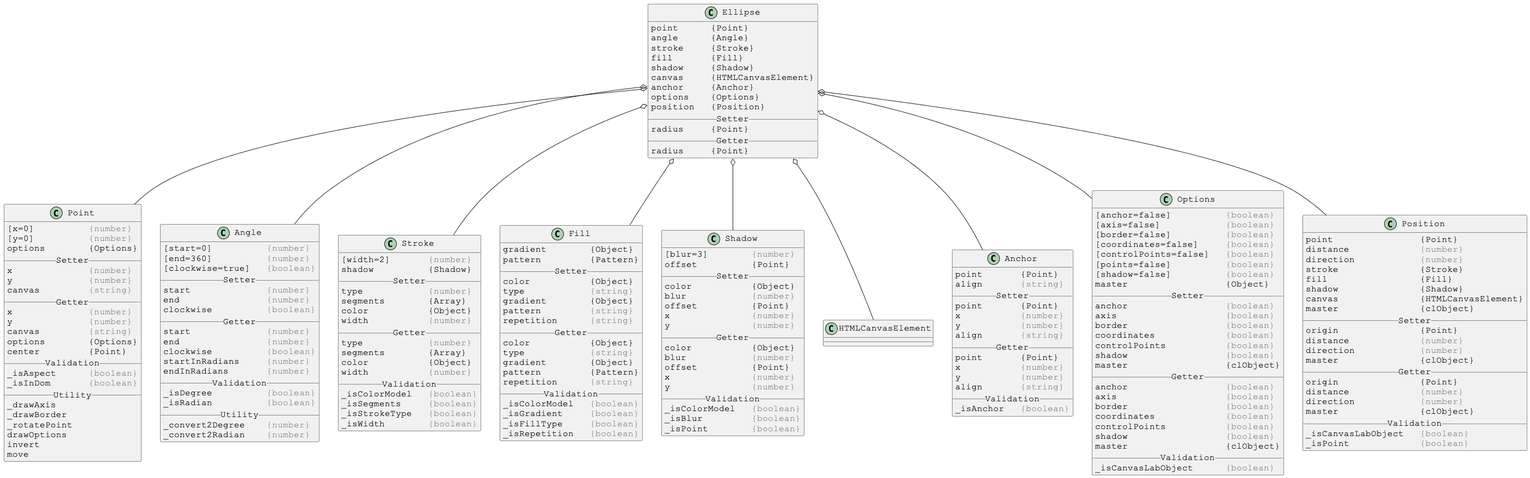
Above: docs/PlantUml/image/linked/Ellipse-linked.png in Justin-Byrne/canvasLab (PlantUML), before the change.
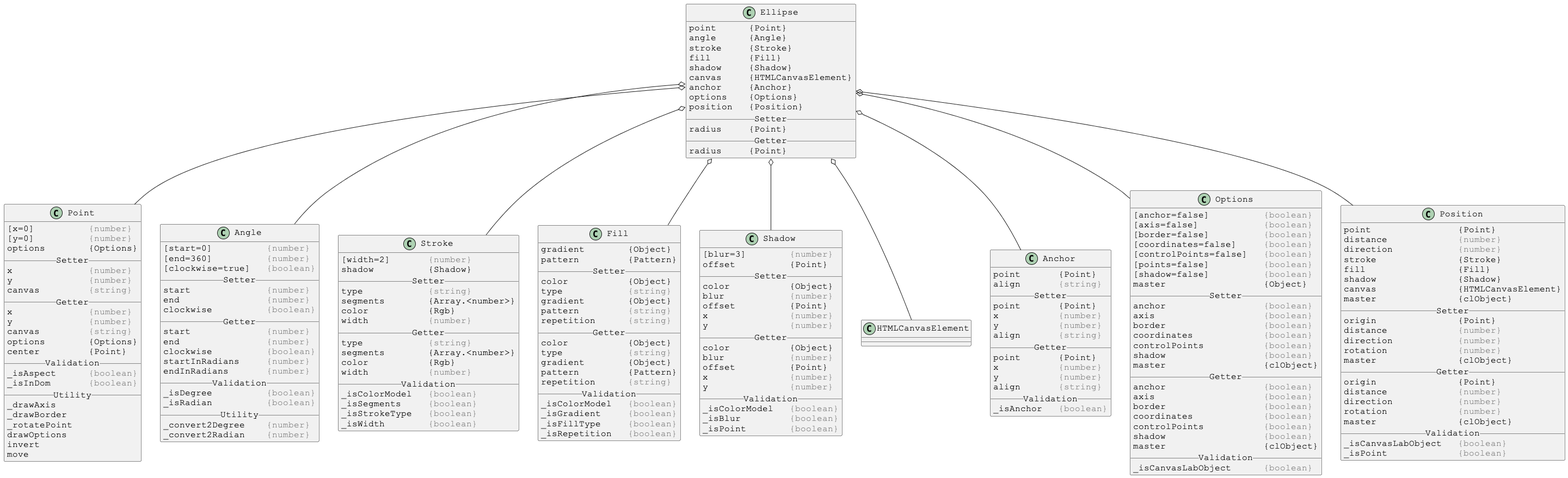
Above is the later version.

The edit, as a diff of the source:
```diff
@@ -96,14 +96,14 @@
 [width=2]       <color:gray>{number}</color>
 shadow          {Shadow}
 __ Setter __
-type            <color:gray>{number}</color>
-segments        {Array}
-color           {Object}
+type            <color:gray>{string}</color>
+segments        {Array.<number>}
+color           {Rgb}
 width           <color:gray>{number}</color>
 __ Getter __
-type            <color:gray>{number}</color>
-segments        {Array}
-color           {Object}
+type            <color:gray>{string}</color>
+segments        {Array.<number>}
+color           {Rgb}
 width           <color:gray>{number}</color>
 __ Validation __
 _isColorModel   <color:gray>{boolean}</color>
@@ -239,11 +239,13 @@
 origin               {Point}
 distance             <color:gray>{number}</color>
 direction            <color:gray>{number}</color>
+rotation             <color:gray>{number}</color>
 master               {clObject}
 __ Getter __
 origin               {Point}
 distance             <color:gray>{number}</color>
 direction            <color:gray>{number}</color>
+rotation             <color:gray>{number}</color>
 master               {clObject}
 __ Validation __
 _isCanvasLabObject   <color:gray>{boolean}</color>
```
